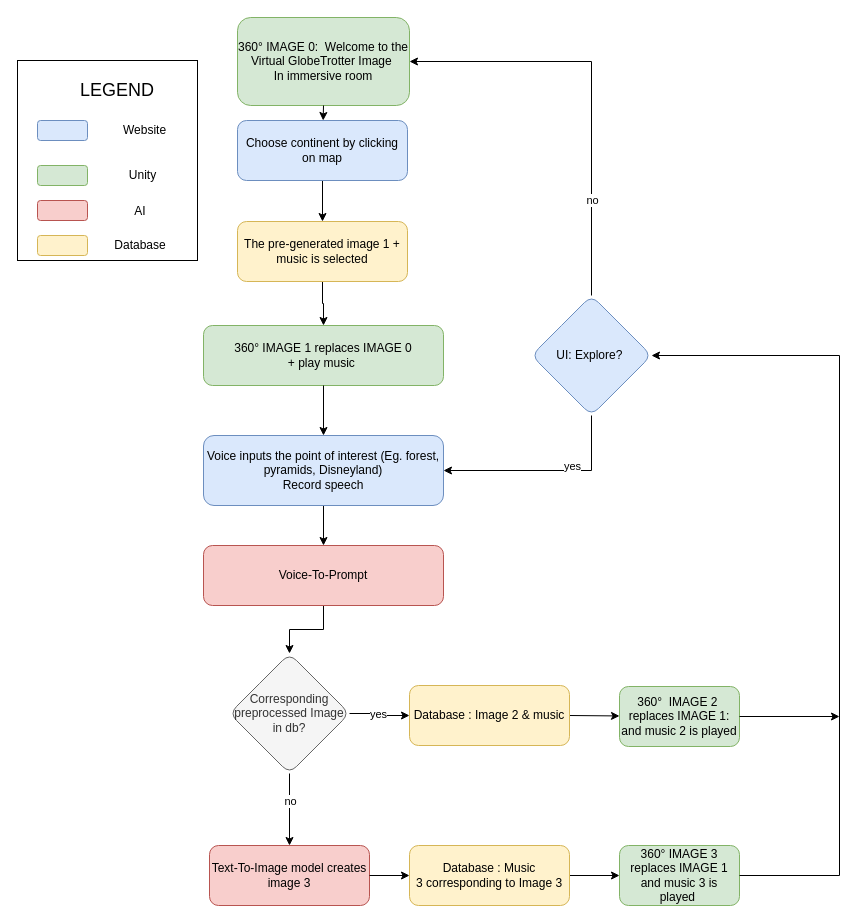
IsabelleDesle/VirtualGlobeTrotter keeps this draw.io diagram as Diagram/CombinedFlowChart.drawio. Above is the earlier version. Source tidied: cells renumbered, new cells numbered last; positions are measured from the earlier drawing's top-left corner, leaving out a move shared by most shapes. Both pictures are drawn from the tidied source at 100%, with x=0, y=0 at pixel (17, 17).
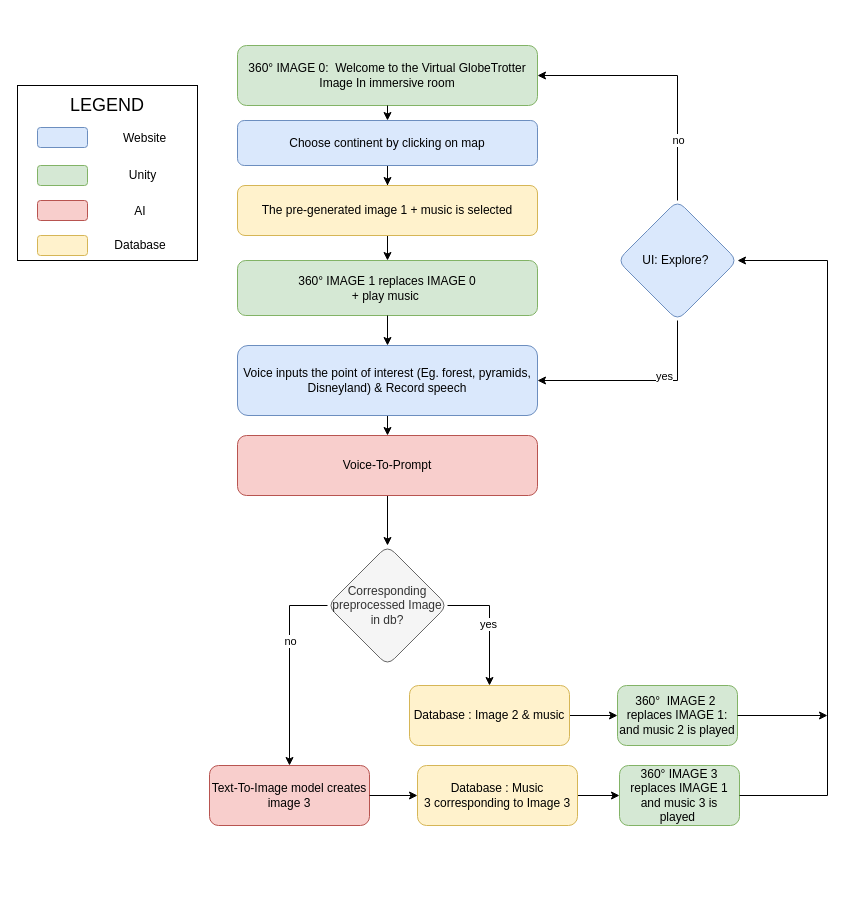
The same page after the edit.

Unchanged cells that the change refers to:
```xml
<mxCell id="33" value="&lt;div&gt;Database : Image 2 &amp;amp; music&lt;/div&gt;" style="rounded=1;whiteSpace=wrap;html=1;fillColor=#fff2cc;strokeColor=#d6b656;" parent="1" vertex="1">
  <mxGeometry x="392" y="668" width="160" height="60" as="geometry" />
</mxCell>
```

The edit, as a diff of the source:
```diff
@@
     <mxCell id="3" value="Choose continent by clicking on map" style="rounded=1;whiteSpace=wrap;html=1;fillColor=#dae8fc;strokeColor=#6c8ebf;" parent="1" vertex="1">
-      <mxGeometry x="220" y="103" width="170" height="60" as="geometry" />
+      <mxGeometry x="220" y="103" width="300" height="45" as="geometry" />
     </mxCell>
@@
     <mxCell id="6" value="&lt;div&gt;The pre-generated image 1 + music is selected&lt;/div&gt;" style="rounded=1;whiteSpace=wrap;html=1;fillColor=#fff2cc;strokeColor=#d6b656;" parent="1" vertex="1">
-      <mxGeometry x="220" y="204" width="170" height="60" as="geometry" />
+      <mxGeometry x="220" y="168" width="300" height="50" as="geometry" />
     </mxCell>
-    <mxCell id="7" style="edgeStyle=orthogonalEdgeStyle;rounded=0;jettySize=auto;html=1;exitX=0.5;exitY=1;exitDx=0;exitDy=0;entryX=0.5;entryY=0;entryDx=0;entryDy=0;" parent="1" edge="1" source="24" target="10">
+    <mxCell id="7" style="edgeStyle=orthogonalEdgeStyle;rounded=0;jettySize=auto;html=1;exitX=0;exitY=0.5;exitDx=0;exitDy=0;entryX=0.5;entryY=0;entryDx=0;entryDy=0;" parent="1" edge="1" source="24" target="10">
       <mxGeometry relative="1" as="geometry" />
     </mxCell>
@@
     <mxCell id="10" value="&lt;div&gt;Text-To-Image model creates image 3&lt;/div&gt;" style="rounded=1;whiteSpace=wrap;html=1;fillColor=#f8cecc;strokeColor=#b85450;" parent="1" vertex="1">
-      <mxGeometry x="192" y="828" width="160" height="60" as="geometry" />
+      <mxGeometry x="192" y="748" width="160" height="60" as="geometry" />
     </mxCell>
     <mxCell id="11" style="rounded=0;whiteSpace=wrap;html=1;" parent="1" vertex="1">
-      <mxGeometry y="43" width="180" height="200" as="geometry" />
+      <mxGeometry y="68" width="180" height="175" as="geometry" />
     </mxCell>
     <mxCell id="12" value="&lt;font style=&quot;font-size: 18px;&quot;&gt;LEGEND&lt;/font&gt;" style="text;html=1;align=center;verticalAlign=middle;whiteSpace=wrap;rounded=0;" parent="1" vertex="1">
-      <mxGeometry x="35" y="58" width="130" height="30" as="geometry" />
+      <mxGeometry x="25" y="73" width="130" height="30" as="geometry" />
     </mxCell>
     <mxCell id="13" style="rounded=1;whiteSpace=wrap;html=1;fillColor=#dae8fc;strokeColor=#6c8ebf;" parent="1" vertex="1">
-      <mxGeometry x="20" y="103" width="50" height="20" as="geometry" />
+      <mxGeometry x="20" y="110" width="50" height="20" as="geometry" />
     </mxCell>
     <mxCell id="14" value="Website" style="text;html=1;align=center;verticalAlign=middle;whiteSpace=wrap;rounded=0;" parent="1" vertex="1">
-      <mxGeometry x="90" y="98" width="75" height="30" as="geometry" />
+      <mxGeometry x="90" y="106" width="75" height="30" as="geometry" />
     </mxCell>
@@
     <mxCell id="21" value="360° IMAGE 1 replaces IMAGE 0&lt;br&gt;+ play music&amp;nbsp;" style="whiteSpace=wrap;html=1;fillColor=#d5e8d4;strokeColor=#82b366;rounded=1;" parent="1" vertex="1">
-      <mxGeometry x="186" y="308" width="240" height="60" as="geometry" />
+      <mxGeometry x="220" y="243" width="300" height="55" as="geometry" />
     </mxCell>
-    <mxCell id="22" style="edgeStyle=orthogonalEdgeStyle;rounded=0;jettySize=auto;html=1;entryX=0;entryY=0.5;entryDx=0;entryDy=0;" parent="1" edge="1" source="24" target="33">
+    <mxCell id="22" style="edgeStyle=orthogonalEdgeStyle;rounded=0;jettySize=auto;html=1;entryX=0.5;entryY=0;entryDx=0;entryDy=0;exitX=1;exitY=0.5;exitDx=0;exitDy=0;" parent="1" edge="1" source="24" target="33">
       <mxGeometry relative="1" as="geometry" />
     </mxCell>
@@
     <mxCell id="24" value="Corresponding preprocessed Image in db?" style="rhombus;whiteSpace=wrap;html=1;fillColor=#f5f5f5;strokeColor=#666666;rounded=1;fontColor=#333333;" parent="1" vertex="1">
-      <mxGeometry x="212" y="636" width="120" height="120" as="geometry" />
+      <mxGeometry x="310" y="528" width="120" height="120" as="geometry" />
     </mxCell>
     <mxCell id="25" value="360°&amp;nbsp; IMAGE 2&amp;nbsp;&lt;br&gt;replaces IMAGE 1: and music 2 is played" style="whiteSpace=wrap;html=1;fillColor=#d5e8d4;strokeColor=#82b366;rounded=1;" parent="1" vertex="1">
-      <mxGeometry x="602" y="669" width="120" height="60" as="geometry" />
+      <mxGeometry x="600" y="668" width="120" height="60" as="geometry" />
     </mxCell>
@@
     <mxCell id="27" value="360° IMAGE 3&lt;br&gt;replaces IMAGE 1 and music 3 is played&amp;nbsp;" style="whiteSpace=wrap;html=1;fillColor=#d5e8d4;strokeColor=#82b366;rounded=1;" parent="1" vertex="1">
-      <mxGeometry x="602" y="828" width="120" height="60" as="geometry" />
+      <mxGeometry x="602" y="748" width="120" height="60" as="geometry" />
     </mxCell>
     <mxCell id="28" value="UI: Explore?&amp;nbsp;" style="rhombus;whiteSpace=wrap;html=1;fillColor=#dae8fc;strokeColor=#6c8ebf;rounded=1;" parent="1" vertex="1">
-      <mxGeometry x="514" y="278" width="120" height="120" as="geometry" />
+      <mxGeometry x="600" y="183" width="120" height="120" as="geometry" />
     </mxCell>
@@
     <mxCell id="32" value="Voice-To-Prompt" style="rounded=1;whiteSpace=wrap;html=1;fillColor=#f8cecc;strokeColor=#b85450;" parent="1" vertex="1">
-      <mxGeometry x="186" y="528" width="240" height="60" as="geometry" />
+      <mxGeometry x="220" y="418" width="300" height="60" as="geometry" />
     </mxCell>
@@
     <mxCell id="35" value="&lt;div&gt;Database : M&lt;span style=&quot;background-color: initial;&quot;&gt;usic 3&lt;/span&gt;&lt;span style=&quot;background-color: initial;&quot;&gt;&amp;nbsp;&lt;/span&gt;&lt;span style=&quot;background-color: initial;&quot;&gt;corresponding to&amp;nbsp;&lt;/span&gt;&lt;span style=&quot;background-color: initial;&quot;&gt;Image 3&lt;/span&gt;&lt;/div&gt;" style="rounded=1;whiteSpace=wrap;html=1;fillColor=#fff2cc;strokeColor=#d6b656;" parent="1" vertex="1">
-      <mxGeometry x="392" y="828" width="160" height="60" as="geometry" />
+      <mxGeometry x="400" y="748" width="160" height="60" as="geometry" />
     </mxCell>
     <mxCell id="36" style="endArrow=classic;html=1;rounded=0;exitX=1;exitY=0.5;exitDx=0;exitDy=0;entryX=1;entryY=0.5;entryDx=0;entryDy=0;" parent="1" edge="1" source="27" target="28">
       <mxGeometry relative="1" as="geometry">
         <Array as="points">
-          <mxPoint x="822" y="858" />
-          <mxPoint x="822" y="338" />
+          <mxPoint x="810" y="778" />
+          <mxPoint x="810" y="243" />
         </Array>
       </mxGeometry>
     </mxCell>
-    <mxCell id="37" value="360° IMAGE 0:&amp;nbsp; Welcome to the Virtual GlobeTrotter Image&amp;nbsp;&lt;br&gt;In immersive room" style="whiteSpace=wrap;html=1;fillColor=#d5e8d4;strokeColor=#82b366;rounded=1;" parent="1" vertex="1">
-      <mxGeometry x="220" width="172" height="88" as="geometry" />
+    <mxCell id="37" value="360° IMAGE 0:&amp;nbsp; Welcome to the Virtual GlobeTrotter Image&amp;nbsp;In immersive room" style="whiteSpace=wrap;html=1;fillColor=#d5e8d4;strokeColor=#82b366;rounded=1;" parent="1" vertex="1">
+      <mxGeometry x="220" y="28" width="300" height="60" as="geometry" />
     </mxCell>
@@
-    <mxCell id="40" value="Voice inputs the point of interest&amp;nbsp;&lt;span style=&quot;background-color: initial;&quot;&gt;(Eg. forest, pyramids, Disneyland)&lt;br&gt;&lt;/span&gt;Record speech" style="rounded=1;whiteSpace=wrap;html=1;fillColor=#dae8fc;strokeColor=#6c8ebf;" parent="1" vertex="1">
-      <mxGeometry x="186" y="418" width="240" height="70" as="geometry" />
+    <mxCell id="40" value="Voice inputs the point of interest&amp;nbsp;&lt;span style=&quot;background-color: initial;&quot;&gt;(Eg. forest, pyramids, Disneyland) &amp;amp;&amp;nbsp;&lt;/span&gt;Record speech" style="rounded=1;whiteSpace=wrap;html=1;fillColor=#dae8fc;strokeColor=#6c8ebf;" parent="1" vertex="1">
+      <mxGeometry x="220" y="328" width="300" height="70" as="geometry" />
     </mxCell>
     <mxCell id="41" style="endArrow=classic;html=1;rounded=0;exitX=0.5;exitY=0;exitDx=0;exitDy=0;entryX=1;entryY=0.5;entryDx=0;entryDy=0;" parent="1" edge="1" source="28" target="37">
       <mxGeometry relative="1" as="geometry">
         <Array as="points">
-          <mxPoint x="574" y="44" />
+          <mxPoint x="660" y="58" />
         </Array>
       </mxGeometry>
     </mxCell>
@@
     <mxCell id="43" style="endArrow=classic;html=1;rounded=0;exitX=1;exitY=0.5;exitDx=0;exitDy=0;" parent="1" edge="1" source="25">
       <mxGeometry relative="1" as="geometry">
-        <mxPoint x="822" y="699" as="targetPoint" />
+        <mxPoint x="810" y="698" as="targetPoint" />
       </mxGeometry>
     </mxCell>
```
